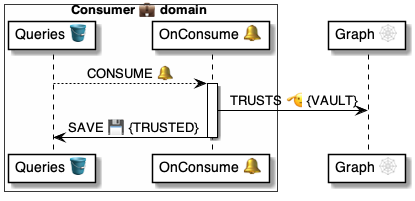
The PlantUML diagram 4 ⚙️ Solution/41 🎭 Domain Roles/Consumers 💼/💼🪣 Consumer tables/Invites 🗄️ table/🪣🧱 21 Helped 🔔 event/💼 OnInviteHelped ⚙️ uml.png in pollyweb-org/pollyweb-docs, before a commit. Its source is kept beside it as 4 ⚙️ Solution/41 🎭 Domain Roles/Consumers 💼/💼🪣 Consumer tables/Invites 🗄️ table/🪣🧱 21 Helped 🔔 event/💼 OnInviteHelped ⚙️ uml.puml.
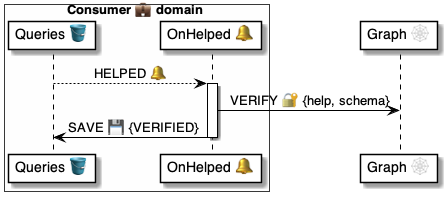
After the commit.

Diff of the diagram source:
```diff
@@ -1,16 +1,16 @@
-@startuml OnQueryConsume
+@startuml OnInviteHelped
 
 box Consumer 💼 domain #FFFFFA
     participant "Queries 🪣" as table
-    participant "OnConsume 🔔" as handler
+    participant "OnHelped 🔔" as handler
 end box
 participant "Graph 🕸" as graph
 
-table --> handler: CONSUME 🔔
+table --> handler: HELPED 🔔
 
 activate handler
-    handler -> graph: TRUSTS 🫡 {VAULT}
-    handler -> table: SAVE 💾 {TRUSTED}
+    handler -> graph: VERIFY 🔐 {help, schema}
+    handler -> table: SAVE 💾 {VERIFIED}
 deactivate handler
 
 @enduml
```
